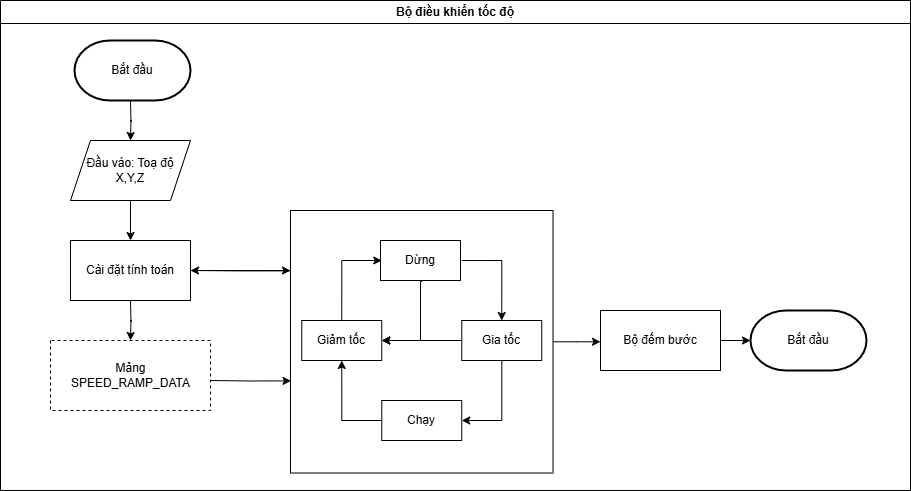
The draw.io diagram FLOWCHART-VIE/FLOWCHART-SPEED-CONTROLLER.png in Quynguyen34/CNC-Drill-Graduation-Project, before a commit. Source tidied: cells renumbered, new cells last; positions are measured from the earlier drawing's top-left corner, leaving out a move shared by most shapes.
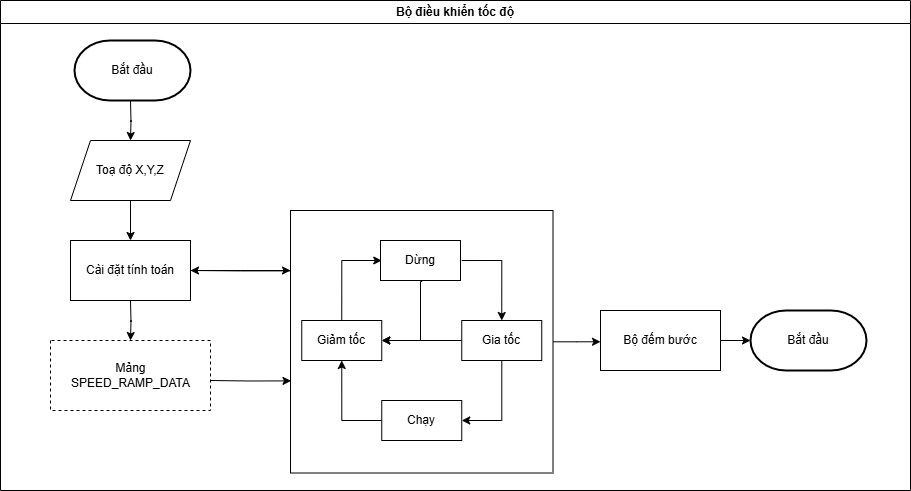
The same file after the commit.

Diff of the diagram source:
```diff
@@ -102,7 +102,7 @@
     <mxCell id="22" style="edgeStyle=orthogonalEdgeStyle;rounded=0;jettySize=auto;html=1;" parent="20" edge="1" source="23" target="24">
       <mxGeometry relative="1" as="geometry" />
     </mxCell>
-    <mxCell id="23" value="Đầu vào: Toạ độ X,Y,Z" style="shape=parallelogram;perimeter=parallelogramPerimeter;whiteSpace=wrap;html=1;fixedSize=1;" parent="20" vertex="1">
+    <mxCell id="23" value="Toạ độ X,Y,Z" style="shape=parallelogram;perimeter=parallelogramPerimeter;whiteSpace=wrap;html=1;fixedSize=1;" parent="20" vertex="1">
       <mxGeometry x="70" y="140" width="120" height="60" as="geometry" />
     </mxCell>
     <mxCell id="24" value="Cài đặt tính toán" style="rounded=0;whiteSpace=wrap;html=1;" parent="20" vertex="1">
```
